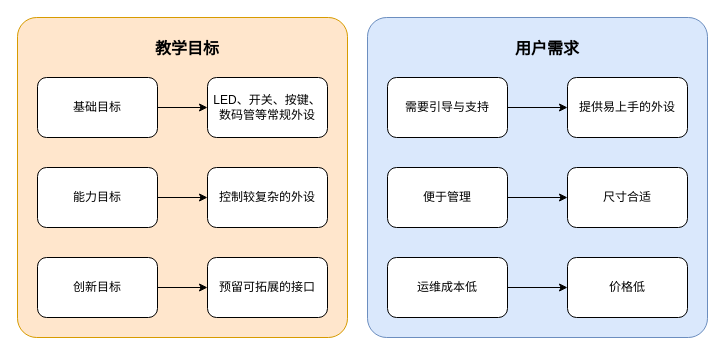
This is 开发板需求图.drawio from zeandon/draw.io, a draw.io file, before an edit. Source tidied: cells renumbered, new cells numbered last; positions are measured from the earlier drawing's top-left corner, leaving out a move shared by most shapes. Both pictures are drawn from the tidied source at 100%, with x=0, y=0 at pixel (17, 17).
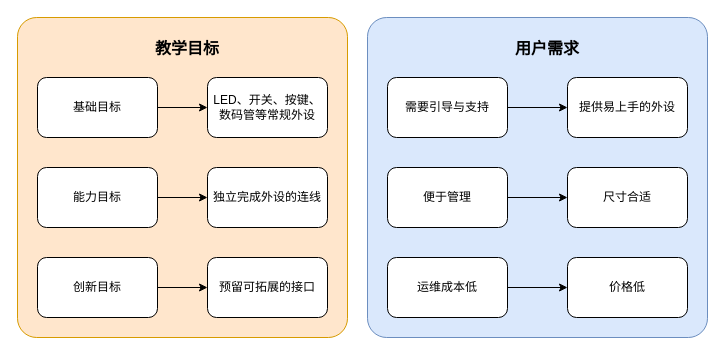
The same page after the edit.

Commit message:
更新开发板需求图.drawio

The edit, as a diff of the source:
```diff
@@
-    <mxCell id="12" value="控制较复杂的外设" style="rounded=1;whiteSpace=wrap;html=1;" parent="1" vertex="1">
+    <mxCell id="12" value="独立完成外设的连线" style="rounded=1;whiteSpace=wrap;html=1;" parent="1" vertex="1">
       <mxGeometry x="190" y="150" width="120" height="60" as="geometry" />
     </mxCell>
```
